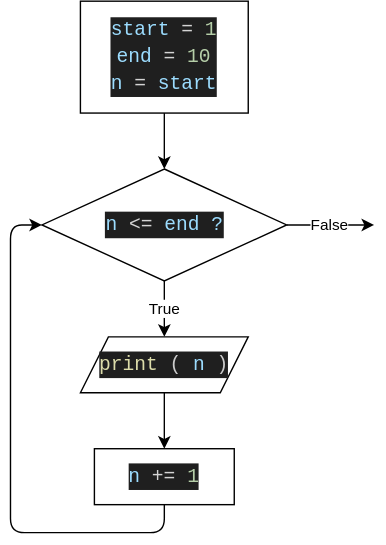
Above: L8-LW5-counter.diagram.drawio.svg in Iiksvokuj/flow-controll (draw.io), before the change. Source tidied: cells renumbered, new cells last; positions are measured from the earlier drawing's top-left corner, leaving out a move shared by most shapes.
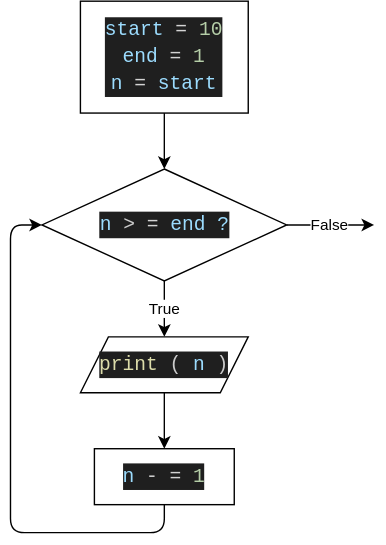
The same diagram one commit later.

Commit message:
reverse count : 10 - 1 (while looping)

Diff of the diagram source:
```diff
@@ -5,7 +5,7 @@
     <mxCell id="2" style="edgeStyle=none;html=1;exitX=0.5;exitY=1;exitDx=0;exitDy=0;entryX=0.5;entryY=0;entryDx=0;entryDy=0;" parent="1" edge="1" source="3" target="6">
       <mxGeometry relative="1" as="geometry" />
     </mxCell>
-    <mxCell id="3" value="&lt;div style=&quot;color: rgb(204, 204, 204); background-color: rgb(31, 31, 31); font-family: Consolas, &amp;quot;Courier New&amp;quot;, monospace; font-size: 14px; line-height: 19px;&quot;&gt;&lt;div&gt;&lt;span style=&quot;color: #9cdcfe;&quot;&gt;start&lt;/span&gt; &lt;span style=&quot;color: #d4d4d4;&quot;&gt;=&lt;/span&gt; &lt;span style=&quot;color: #b5cea8;&quot;&gt;1&lt;/span&gt;&lt;/div&gt;&lt;div&gt;&lt;span style=&quot;color: #9cdcfe;&quot;&gt;end&lt;/span&gt; &amp;nbsp; &lt;span style=&quot;color: #d4d4d4;&quot;&gt;=&lt;/span&gt; &lt;span style=&quot;color: #b5cea8;&quot;&gt;10&lt;/span&gt;&lt;/div&gt;&lt;div&gt;&lt;span style=&quot;color: #9cdcfe;&quot;&gt;n&lt;/span&gt; &lt;span style=&quot;color: #d4d4d4;&quot;&gt;=&lt;/span&gt; &lt;span style=&quot;color: #9cdcfe;&quot;&gt;start&lt;/span&gt;&lt;/div&gt;&lt;/div&gt;" style="rounded=0;whiteSpace=wrap;html=1;" parent="1" vertex="1">
+    <mxCell id="3" value="&lt;div style=&quot;color: rgb(204, 204, 204); background-color: rgb(31, 31, 31); font-family: Consolas, &amp;quot;Courier New&amp;quot;, monospace; font-size: 14px; line-height: 19px;&quot;&gt;&lt;div&gt;&lt;span style=&quot;color: #9cdcfe;&quot;&gt;start&lt;/span&gt; &lt;span style=&quot;color: #d4d4d4;&quot;&gt;=&lt;/span&gt; &lt;span style=&quot;color: #b5cea8;&quot;&gt;10&lt;/span&gt;&lt;/div&gt;&lt;div&gt;&lt;span style=&quot;color: #9cdcfe;&quot;&gt;end&lt;/span&gt;&amp;nbsp; &lt;span style=&quot;color: #d4d4d4;&quot;&gt;=&lt;/span&gt; &lt;span style=&quot;color: #b5cea8;&quot;&gt;1&lt;/span&gt;&lt;/div&gt;&lt;div&gt;&lt;span style=&quot;color: #9cdcfe;&quot;&gt;n&lt;/span&gt; &lt;span style=&quot;color: #d4d4d4;&quot;&gt;=&lt;/span&gt; &lt;span style=&quot;color: #9cdcfe;&quot;&gt;start&lt;/span&gt;&lt;/div&gt;&lt;/div&gt;" style="rounded=0;whiteSpace=wrap;html=1;" parent="1" vertex="1">
       <mxGeometry x="50" width="120" height="80" as="geometry" />
     </mxCell>
     <mxCell id="4" value="True" style="edgeStyle=none;html=1;exitX=0.5;exitY=1;exitDx=0;exitDy=0;entryX=0.5;entryY=0;entryDx=0;entryDy=0;" parent="1" edge="1" source="6" target="8">
@@ -16,7 +16,7 @@
         <mxPoint x="260" y="160" as="targetPoint" />
       </mxGeometry>
     </mxCell>
-    <mxCell id="6" value="&lt;div style=&quot;color: rgb(204, 204, 204); background-color: rgb(31, 31, 31); font-family: Consolas, &amp;quot;Courier New&amp;quot;, monospace; font-size: 14px; line-height: 19px;&quot;&gt;&lt;span style=&quot;color: #9cdcfe;&quot;&gt;n&lt;/span&gt; &lt;span style=&quot;color: #d4d4d4;&quot;&gt;&amp;lt;=&lt;/span&gt; &lt;span style=&quot;color: #9cdcfe;&quot;&gt;end ?&lt;/span&gt;&lt;/div&gt;" style="rhombus;whiteSpace=wrap;html=1;" parent="1" vertex="1">
+    <mxCell id="6" value="&lt;div style=&quot;color: rgb(204, 204, 204); background-color: rgb(31, 31, 31); font-family: Consolas, &amp;quot;Courier New&amp;quot;, monospace; font-size: 14px; line-height: 19px;&quot;&gt;&lt;span style=&quot;color: #9cdcfe;&quot;&gt;n&lt;/span&gt;&amp;nbsp;&amp;gt;&lt;span style=&quot;color: #d4d4d4;&quot;&gt;=&lt;/span&gt; &lt;span style=&quot;color: #9cdcfe;&quot;&gt;end ?&lt;/span&gt;&lt;/div&gt;" style="rhombus;whiteSpace=wrap;html=1;" parent="1" vertex="1">
       <mxGeometry x="22.5" y="120" width="175" height="80" as="geometry" />
     </mxCell>
     <mxCell id="7" style="edgeStyle=none;html=1;exitX=0.5;exitY=1;exitDx=0;exitDy=0;entryX=0.5;entryY=0;entryDx=0;entryDy=0;" parent="1" edge="1" source="8" target="10">
@@ -34,7 +34,7 @@
         </Array>
       </mxGeometry>
     </mxCell>
-    <mxCell id="10" value="&lt;div style=&quot;color: rgb(204, 204, 204); background-color: rgb(31, 31, 31); font-family: Consolas, &amp;quot;Courier New&amp;quot;, monospace; font-size: 14px; line-height: 19px;&quot;&gt;&lt;span style=&quot;color: #9cdcfe;&quot;&gt;n&lt;/span&gt; &lt;span style=&quot;color: #d4d4d4;&quot;&gt;+=&lt;/span&gt; &lt;span style=&quot;color: #b5cea8;&quot;&gt;1&lt;/span&gt;&lt;/div&gt;" style="rounded=0;whiteSpace=wrap;html=1;" parent="1" vertex="1">
+    <mxCell id="10" value="&lt;div style=&quot;color: rgb(204, 204, 204); background-color: rgb(31, 31, 31); font-family: Consolas, &amp;quot;Courier New&amp;quot;, monospace; font-size: 14px; line-height: 19px;&quot;&gt;&lt;span style=&quot;color: #9cdcfe;&quot;&gt;n&lt;/span&gt;&amp;nbsp;-&lt;span style=&quot;color: #d4d4d4;&quot;&gt;=&lt;/span&gt; &lt;span style=&quot;color: #b5cea8;&quot;&gt;1&lt;/span&gt;&lt;/div&gt;" style="rounded=0;whiteSpace=wrap;html=1;" parent="1" vertex="1">
       <mxGeometry x="60" y="320" width="100" height="40" as="geometry" />
     </mxCell>
   </root>
```
